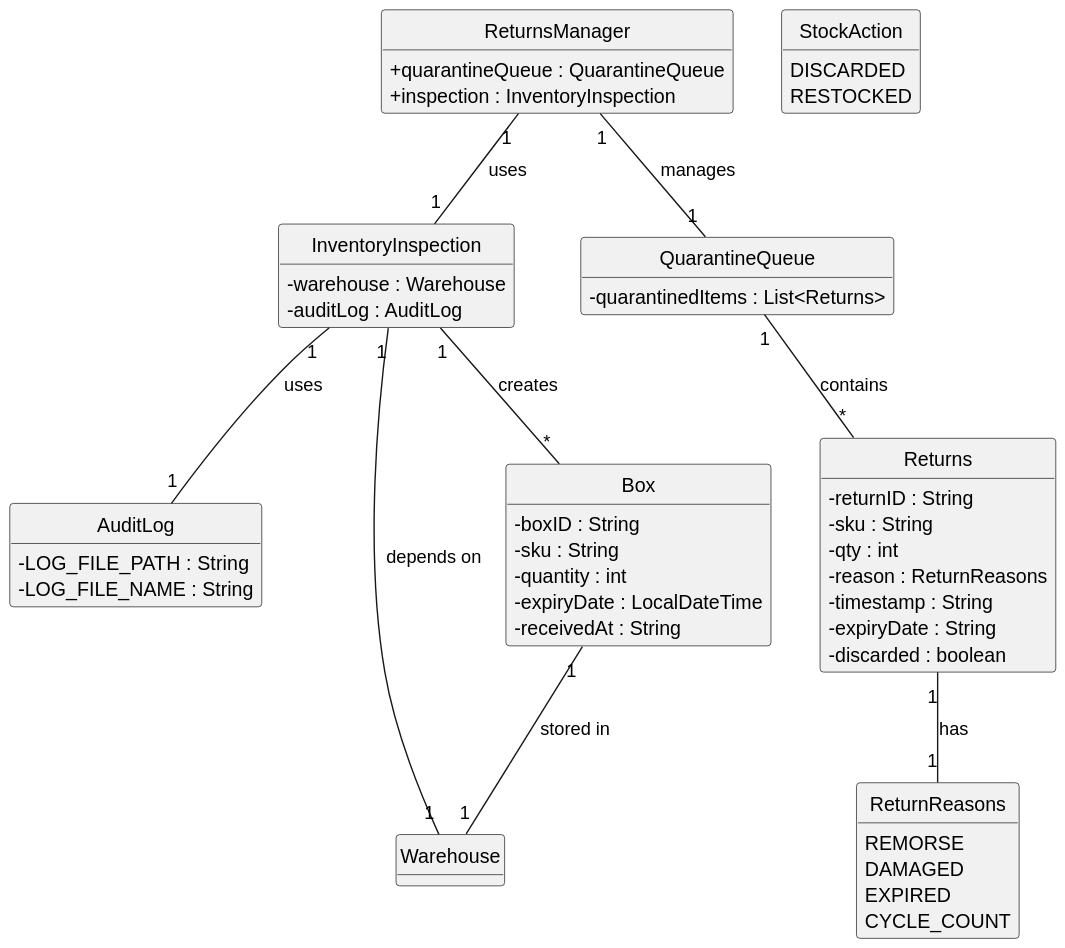
This is doc/sprint-1/usei05/02. analysis/svg/USEI05-DomainModel.svg from ivasduarte/logistics-on-rails, a PlantUML export, as it was before one commit. The source it was exported from:
```plantuml
@startuml
skinparam monochrome true
skinparam packageStyle rectangle
skinparam shadowing false
skinparam classAttributeIconSize 0

hide circle
hide methods

class Returns {
  - returnID : String
  - sku : String
  - qty : int
  - reason : ReturnReasons
  - timestamp : String
  - expiryDate : String
  - discarded : boolean
  + getReturnID() : String
  + getSku() : String
  + getQty() : int
  + getReason() : ReturnReasons
  + getTimestamp() : String
  + getExpiryDate() : String
  + isExpired() : boolean
  + isDamaged() : boolean
  + isCustomerRemorse() : boolean
  + isCycleCount() : boolean
}

enum ReturnReasons {
  REMORSE
  DAMAGED
  EXPIRED
  CYCLE_COUNT
  + getDescription() : String
  + shouldBeDiscarded() : boolean
  + shouldBeRestocked() : boolean
  + parse(raw : String) : ReturnReasons
}

enum StockAction {
  DISCARDED
  RESTOCKED
}

class InventoryInspection {
  - warehouse : Warehouse
  - auditLog : AuditLog
  + shouldBeDiscarded(returnedItem : Returns) : boolean
  + inspect(returnedItem : Returns) : void
  + restock(returnedItem : Returns) : void
}

class ReturnsManager {
  + quarantineQueue : QuarantineQueue
  + inspection : InventoryInspection
  + receiveReturn(returnItem : Returns) : void
  + processReturns() : void
}

class QuarantineQueue {
  - quarantinedItems : List<Returns>
  + addReturn(returnItem : Returns) : void
  + getNextForInspection() : Returns
}

class AuditLog {
  - LOG_FILE_PATH : String
  - LOG_FILE_NAME : String
  + logInspection(returnID : String, sku : String, quantity : int, qtyRestocked : int, qtyDiscarded : int, action : StockAction) : void
}

class Warehouse {
  + insertBox(box : Box) : void
}

class Box {
  - boxID : String
  - sku : String
  - quantity : int
  - expiryDate : LocalDateTime
  - receivedAt : String
}


Returns "1" -- "1" ReturnReasons : has
ReturnsManager "1" -- "1" QuarantineQueue : manages
ReturnsManager "1" -- "1" InventoryInspection : uses
InventoryInspection "1" -- "1" Warehouse : depends on
InventoryInspection "1" -- "1" AuditLog : uses
QuarantineQueue "1" -- "*" Returns : contains
InventoryInspection "1" -- "*" Box : creates
Box "1" -- "1" Warehouse : stored in
@enduml
```
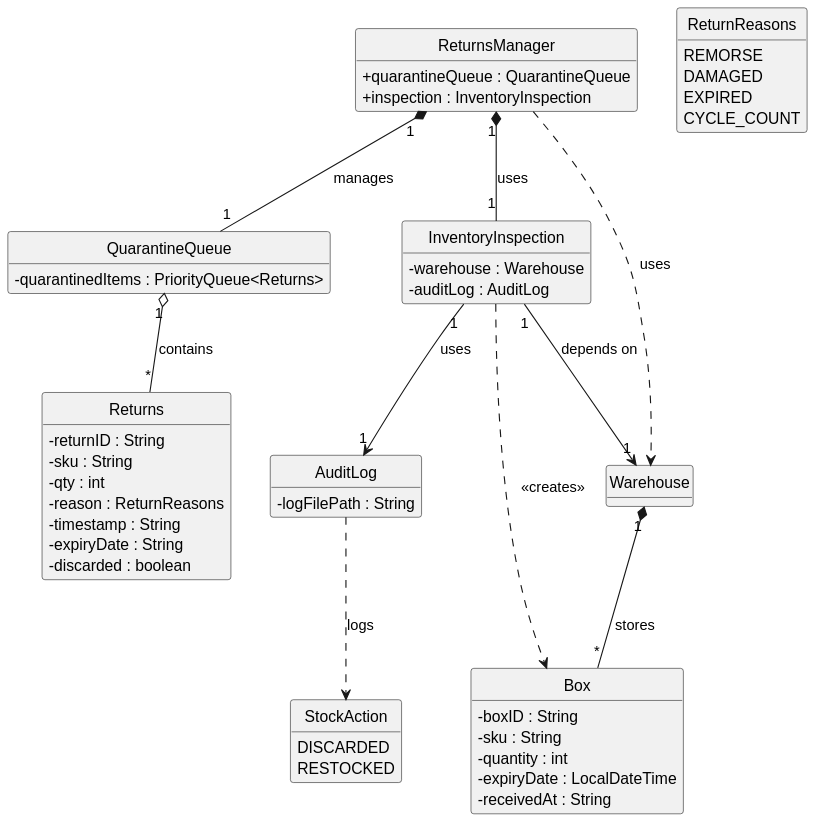
After the commit.

The edit, as a diff of the source:
```diff
@@ -15,12 +15,6 @@
   - timestamp : String
   - expiryDate : String
   - discarded : boolean
-  + getReturnID() : String
-  + getSku() : String
-  + getQty() : int
-  + getReason() : ReturnReasons
-  + getTimestamp() : String
-  + getExpiryDate() : String
   + isExpired() : boolean
   + isDamaged() : boolean
   + isCustomerRemorse() : boolean
@@ -32,10 +26,8 @@
   DAMAGED
   EXPIRED
   CYCLE_COUNT
-  + getDescription() : String
   + shouldBeDiscarded() : boolean
   + shouldBeRestocked() : boolean
-  + parse(raw : String) : ReturnReasons
 }
 
 enum StockAction {
@@ -59,14 +51,13 @@
 }
 
 class QuarantineQueue {
-  - quarantinedItems : List<Returns>
+  - quarantinedItems : PriorityQueue<Returns>
   + addReturn(returnItem : Returns) : void
   + getNextForInspection() : Returns
 }
 
 class AuditLog {
-  - LOG_FILE_PATH : String
-  - LOG_FILE_NAME : String
+  - logFilePath : String
   + logInspection(returnID : String, sku : String, quantity : int, qtyRestocked : int, qtyDiscarded : int, action : StockAction) : void
 }
 
@@ -82,13 +73,17 @@
   - receivedAt : String
 }
 
+ReturnsManager "1" *-- "1" QuarantineQueue : manages
+ReturnsManager "1" *-- "1" InventoryInspection : uses
+ReturnsManager ..> Warehouse : uses
 
-Returns "1" -- "1" ReturnReasons : has
-ReturnsManager "1" -- "1" QuarantineQueue : manages
-ReturnsManager "1" -- "1" InventoryInspection : uses
-InventoryInspection "1" -- "1" Warehouse : depends on
-InventoryInspection "1" -- "1" AuditLog : uses
-QuarantineQueue "1" -- "*" Returns : contains
-InventoryInspection "1" -- "*" Box : creates
-Box "1" -- "1" Warehouse : stored in
+InventoryInspection "1" --> "1" Warehouse : depends on
+InventoryInspection "1" --> "1" AuditLog : uses
+InventoryInspection ..> Box : <<creates>>
+
+QuarantineQueue "1" o-- "*" Returns : contains
+
+AuditLog ..> StockAction : logs
+
+Warehouse "1" *-- "*" Box : stores
 @enduml
```
